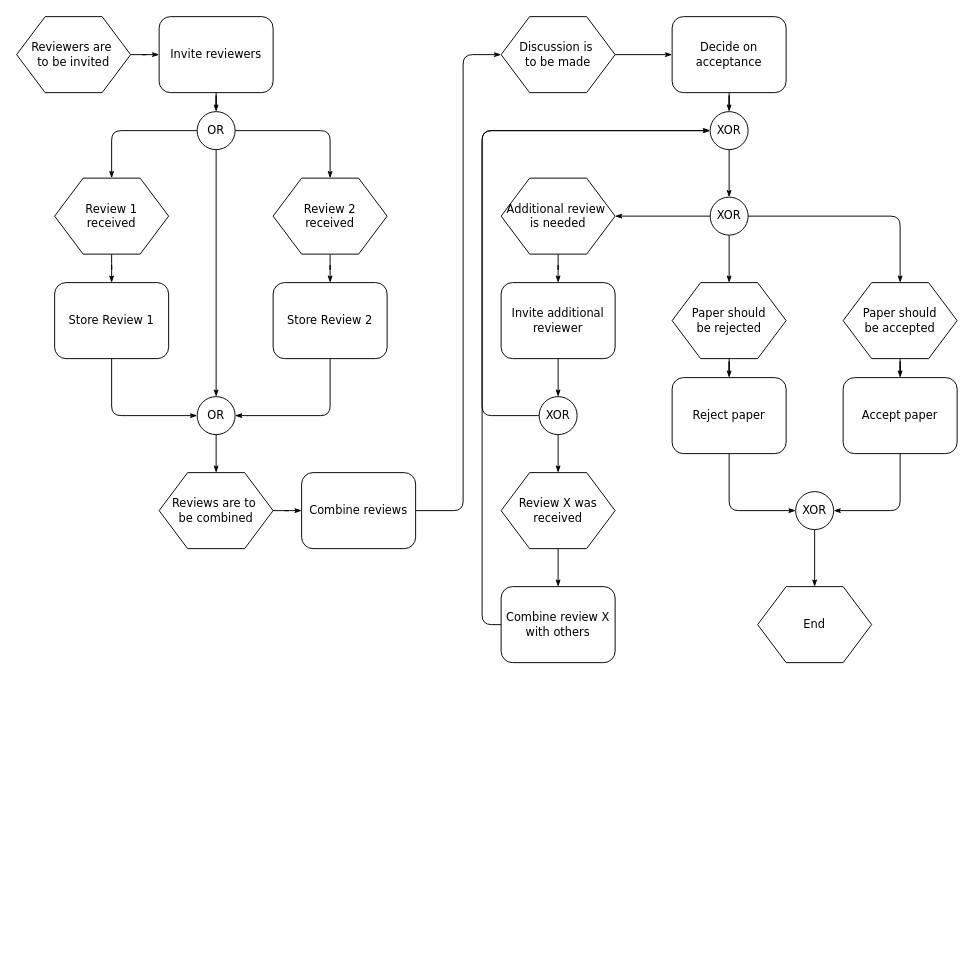
Above: EPC.drawio in Yakser/drawio-diagrams (draw.io), before the change. Source tidied: cells renumbered, new cells numbered last; positions are measured from the earlier drawing's top-left corner, leaving out a move shared by most shapes. Both pictures are drawn from the tidied source at 95%, with x=0, y=0 at pixel (16, 16).
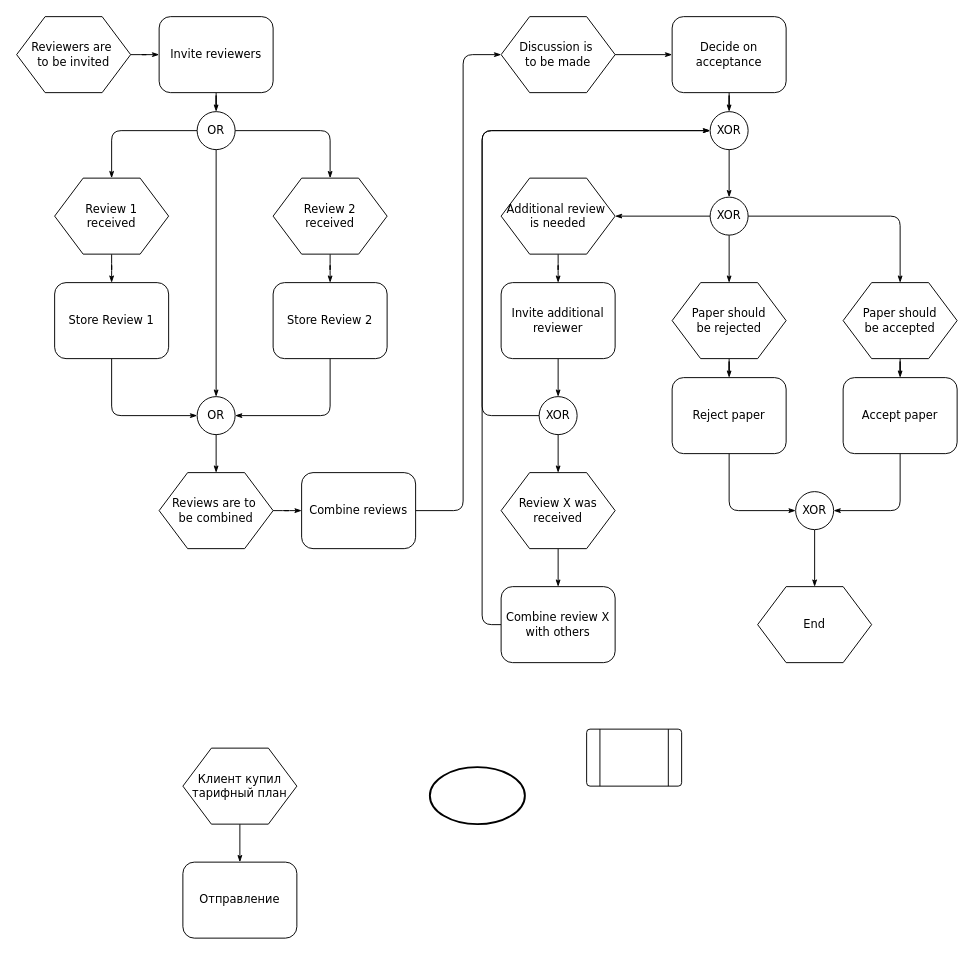
Above is the later version.

Diff of the diagram source:
```diff
@@
+    <mxCell id="56" style="edgeStyle=orthogonalEdgeStyle;rounded=1;html=1;labelBackgroundColor=none;startArrow=none;startFill=0;startSize=5;endArrow=classicThin;endFill=1;endSize=5;jettySize=auto;strokeWidth=1;fontFamily=Verdana;fontSize=8;" parent="1" edge="1" source="57" target="58">
+      <mxGeometry relative="1" as="geometry" />
+    </mxCell>
+    <mxCell id="57" value="Клиент купил тарифный план" style="shape=hexagon;perimeter=hexagonPerimeter;whiteSpace=wrap;html=1;rounded=0;shadow=0;labelBackgroundColor=none;strokeWidth=1;fontFamily=Verdana;fontSize=12;align=center;" parent="1" vertex="1">
+      <mxGeometry x="175" y="770" width="120" height="80" as="geometry" />
+    </mxCell>
+    <mxCell id="58" value="Отправление" style="rounded=1;whiteSpace=wrap;html=1;shadow=0;labelBackgroundColor=none;strokeWidth=1;fontFamily=Verdana;fontSize=12;align=center;" parent="1" vertex="1">
+      <mxGeometry x="175" y="890" width="120" height="80" as="geometry" />
+    </mxCell>
+    <mxCell id="59" style="verticalLabelPosition=bottom;verticalAlign=top;html=1;shape=process;whiteSpace=wrap;rounded=1;size=0.14;arcSize=6;" parent="1" vertex="1">
+      <mxGeometry x="600" y="750" width="100" height="60" as="geometry" />
+    </mxCell>
+    <mxCell id="60" style="strokeWidth=2;html=1;shape=mxgraph.flowchart.start_1;whiteSpace=wrap;" parent="1" vertex="1">
+      <mxGeometry x="435" y="790" width="100" height="60" as="geometry" />
+    </mxCell>
```
